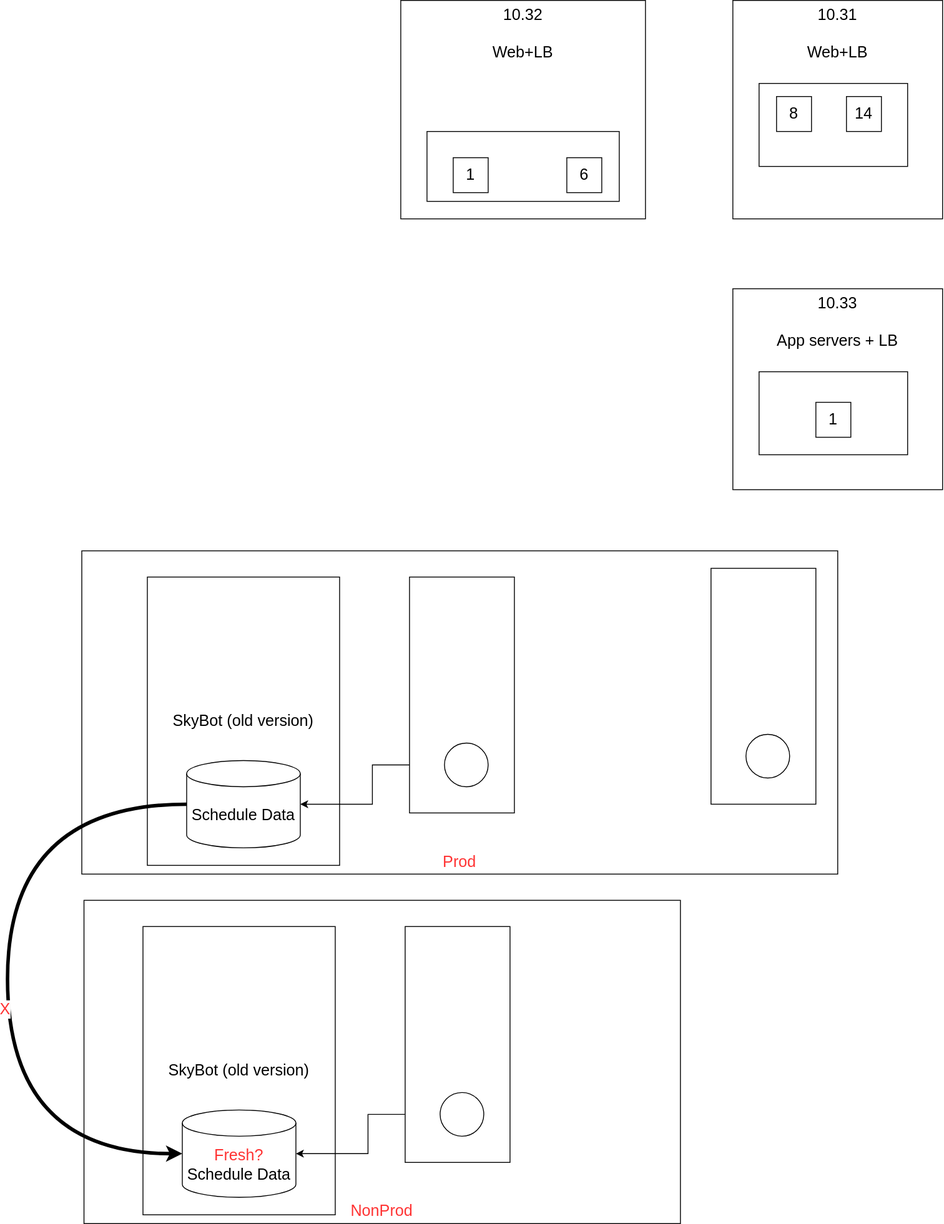
This is currentdevtestinfrastructures_tobecleaned.svg from vjavle/invoicecloud, a draw.io export, as it was before one commit. Source tidied: cells renumbered, new cells last; positions are measured from the earlier drawing's top-left corner, leaving out a move shared by most shapes. Its diagram source:
```xml
<mxGraphModel>
  <root>
    <mxCell id="0" />
    <mxCell id="1" parent="0" />
    <mxCell id="2" value="NonProd" style="rounded=0;whiteSpace=wrap;html=1;fontSize=18;fontColor=#FF3333;verticalAlign=bottom;" parent="1" vertex="1">
      <mxGeometry x="87.5" y="1030" width="682.5" height="370" as="geometry" />
    </mxCell>
    <mxCell id="3" value="SkyBot (old version)" style="rounded=0;whiteSpace=wrap;html=1;fontSize=18;" parent="1" vertex="1">
      <mxGeometry x="155" y="1060" width="220" height="330" as="geometry" />
    </mxCell>
    <mxCell id="4" value="Prod" style="rounded=0;whiteSpace=wrap;html=1;fontSize=18;fontColor=#FF3333;verticalAlign=bottom;" parent="1" vertex="1">
      <mxGeometry x="85" y="630" width="865" height="370" as="geometry" />
    </mxCell>
    <mxCell id="5" value="SkyBot (old version)" style="rounded=0;whiteSpace=wrap;html=1;fontSize=18;" parent="1" vertex="1">
      <mxGeometry x="160" y="660" width="220" height="330" as="geometry" />
    </mxCell>
    <mxCell id="6" value="10.32&lt;br&gt;&lt;br&gt;Web+LB" style="rounded=0;whiteSpace=wrap;html=1;fontSize=18;verticalAlign=top;" parent="1" vertex="1">
      <mxGeometry x="450" width="280" height="250" as="geometry" />
    </mxCell>
    <mxCell id="7" style="rounded=0;whiteSpace=wrap;html=1;fontSize=18;" parent="1" vertex="1">
      <mxGeometry x="480" y="150" width="220" height="80" as="geometry" />
    </mxCell>
    <mxCell id="8" value="10.31&lt;br&gt;&lt;br&gt;Web+LB" style="rounded=0;whiteSpace=wrap;html=1;fontSize=18;verticalAlign=top;" parent="1" vertex="1">
      <mxGeometry x="830" width="240" height="250" as="geometry" />
    </mxCell>
    <mxCell id="9" style="rounded=0;whiteSpace=wrap;html=1;fontSize=18;" parent="1" vertex="1">
      <mxGeometry x="860" y="95" width="170" height="95" as="geometry" />
    </mxCell>
    <mxCell id="10" value="1" style="whiteSpace=wrap;html=1;fontSize=18;" parent="1" vertex="1">
      <mxGeometry x="510" y="180" width="40" height="40" as="geometry" />
    </mxCell>
    <mxCell id="11" value="6" style="whiteSpace=wrap;html=1;fontSize=18;" parent="1" vertex="1">
      <mxGeometry x="640" y="180" width="40" height="40" as="geometry" />
    </mxCell>
    <mxCell id="12" value="8" style="whiteSpace=wrap;html=1;fontSize=18;" parent="1" vertex="1">
      <mxGeometry x="880" y="110" width="40" height="40" as="geometry" />
    </mxCell>
    <mxCell id="13" value="14" style="whiteSpace=wrap;html=1;fontSize=18;" parent="1" vertex="1">
      <mxGeometry x="960" y="110" width="40" height="40" as="geometry" />
    </mxCell>
    <mxCell id="14" value="10.33&lt;br&gt;&lt;br&gt;App servers + LB" style="rounded=0;whiteSpace=wrap;html=1;fontSize=18;verticalAlign=top;" parent="1" vertex="1">
      <mxGeometry x="830" y="330" width="240" height="230" as="geometry" />
    </mxCell>
    <mxCell id="15" style="rounded=0;whiteSpace=wrap;html=1;fontSize=18;" parent="1" vertex="1">
      <mxGeometry x="860" y="425" width="170" height="95" as="geometry" />
    </mxCell>
    <mxCell id="16" value="1" style="whiteSpace=wrap;html=1;fontSize=18;" parent="1" vertex="1">
      <mxGeometry x="925" y="460" width="40" height="40" as="geometry" />
    </mxCell>
    <mxCell id="17" style="edgeStyle=orthogonalEdgeStyle;rounded=0;jettySize=auto;html=1;fontSize=18;exitX=0;exitY=0.5;exitDx=0;exitDy=0;" parent="1" edge="1" source="22" target="21">
      <mxGeometry relative="1" as="geometry" />
    </mxCell>
    <mxCell id="18" style="rounded=0;whiteSpace=wrap;html=1;fontSize=18;" parent="1" vertex="1">
      <mxGeometry x="460" y="660" width="120" height="270" as="geometry" />
    </mxCell>
    <mxCell id="19" style="edgeStyle=orthogonalEdgeStyle;curved=1;rounded=0;jettySize=auto;html=1;entryX=0;entryY=0.5;entryDx=0;entryDy=0;entryPerimeter=0;fontSize=18;strokeWidth=4;" parent="1" edge="1" source="21" target="27">
      <mxGeometry relative="1" as="geometry">
        <Array as="points">
          <mxPoint y="920" />
          <mxPoint y="1320" />
        </Array>
      </mxGeometry>
    </mxCell>
    <mxCell id="20" value="X" style="edgeLabel;html=1;align=center;verticalAlign=middle;fontSize=18;fontColor=#FF3333;" parent="19" vertex="1">
      <mxGeometry x="0.09" y="-3" relative="1" as="geometry" />
    </mxCell>
    <mxCell id="21" value="Schedule Data" style="shape=cylinder3;whiteSpace=wrap;html=1;boundedLbl=1;backgroundOutline=1;size=15;fontSize=18;" parent="1" vertex="1">
      <mxGeometry x="205" y="870" width="130" height="100" as="geometry" />
    </mxCell>
    <mxCell id="22" style="ellipse;whiteSpace=wrap;html=1;fontSize=18;" parent="1" vertex="1">
      <mxGeometry x="500" y="850" width="50" height="50" as="geometry" />
    </mxCell>
    <mxCell id="23" style="rounded=0;whiteSpace=wrap;html=1;fontSize=18;" parent="1" vertex="1">
      <mxGeometry x="805" y="650" width="120" height="270" as="geometry" />
    </mxCell>
    <mxCell id="24" style="ellipse;whiteSpace=wrap;html=1;fontSize=18;" parent="1" vertex="1">
      <mxGeometry x="845" y="840" width="50" height="50" as="geometry" />
    </mxCell>
    <mxCell id="25" style="edgeStyle=orthogonalEdgeStyle;rounded=0;jettySize=auto;html=1;fontSize=18;exitX=0;exitY=0.5;exitDx=0;exitDy=0;" parent="1" edge="1" source="28" target="27">
      <mxGeometry relative="1" as="geometry" />
    </mxCell>
    <mxCell id="26" style="rounded=0;whiteSpace=wrap;html=1;fontSize=18;" parent="1" vertex="1">
      <mxGeometry x="455" y="1060" width="120" height="270" as="geometry" />
    </mxCell>
    <mxCell id="27" value="&lt;font color=&quot;#ff3333&quot;&gt;Fresh?&lt;/font&gt;&lt;br&gt;Schedule Data" style="shape=cylinder3;whiteSpace=wrap;html=1;boundedLbl=1;backgroundOutline=1;size=15;fontSize=18;" parent="1" vertex="1">
      <mxGeometry x="200" y="1270" width="130" height="100" as="geometry" />
    </mxCell>
    <mxCell id="28" style="ellipse;whiteSpace=wrap;html=1;fontSize=18;" parent="1" vertex="1">
      <mxGeometry x="495" y="1250" width="50" height="50" as="geometry" />
    </mxCell>
  </root>
</mxGraphModel>
```
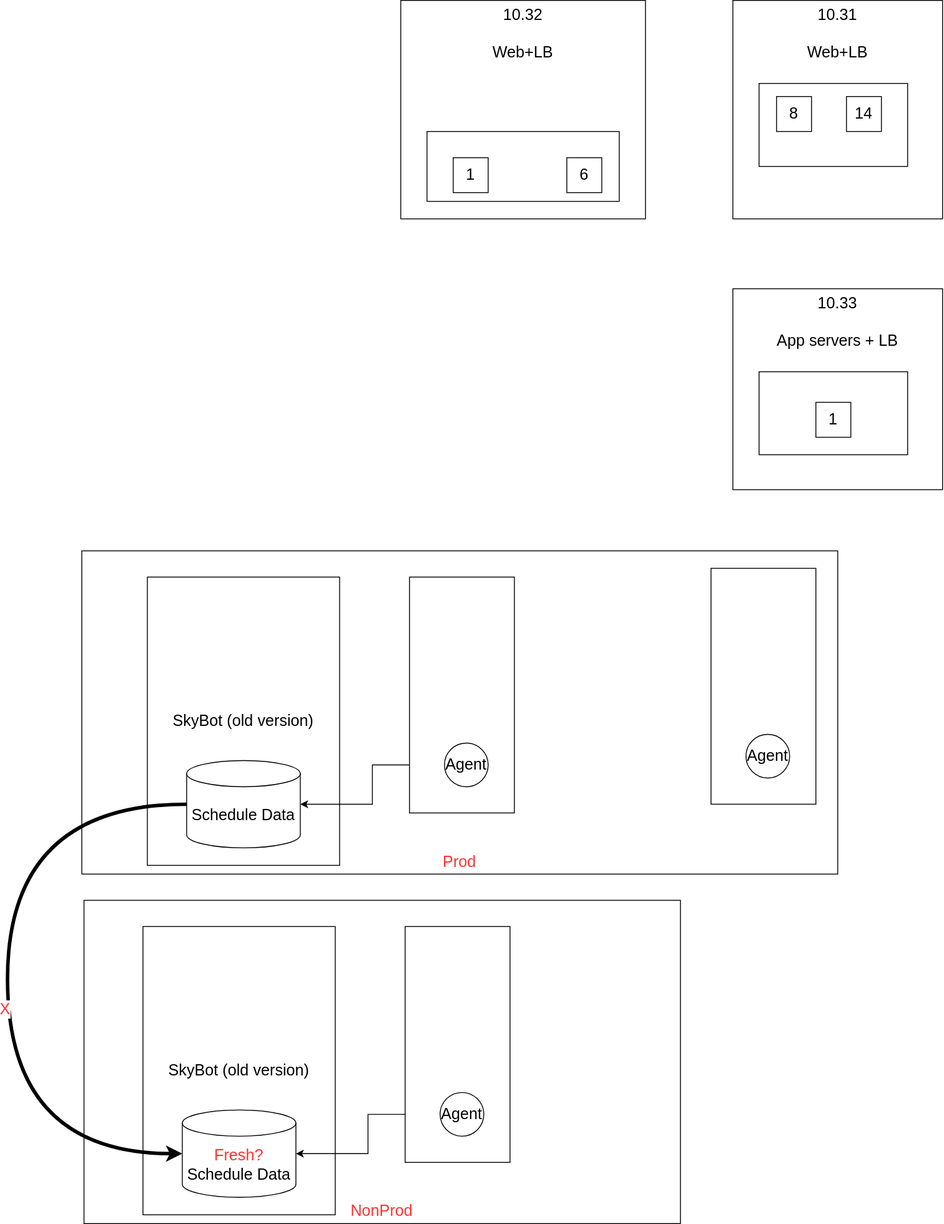
After the change.

Change to the diagram source:
```diff
@@ -67,13 +67,13 @@
     <mxCell id="21" value="Schedule Data" style="shape=cylinder3;whiteSpace=wrap;html=1;boundedLbl=1;backgroundOutline=1;size=15;fontSize=18;" parent="1" vertex="1">
       <mxGeometry x="205" y="870" width="130" height="100" as="geometry" />
     </mxCell>
-    <mxCell id="22" style="ellipse;whiteSpace=wrap;html=1;fontSize=18;" parent="1" vertex="1">
+    <mxCell id="22" value="Agent" style="ellipse;whiteSpace=wrap;html=1;fontSize=18;" parent="1" vertex="1">
       <mxGeometry x="500" y="850" width="50" height="50" as="geometry" />
     </mxCell>
     <mxCell id="23" style="rounded=0;whiteSpace=wrap;html=1;fontSize=18;" parent="1" vertex="1">
       <mxGeometry x="805" y="650" width="120" height="270" as="geometry" />
     </mxCell>
-    <mxCell id="24" style="ellipse;whiteSpace=wrap;html=1;fontSize=18;" parent="1" vertex="1">
+    <mxCell id="24" value="Agent" style="ellipse;whiteSpace=wrap;html=1;fontSize=18;" parent="1" vertex="1">
       <mxGeometry x="845" y="840" width="50" height="50" as="geometry" />
     </mxCell>
     <mxCell id="25" style="edgeStyle=orthogonalEdgeStyle;rounded=0;jettySize=auto;html=1;fontSize=18;exitX=0;exitY=0.5;exitDx=0;exitDy=0;" parent="1" edge="1" source="28" target="27">
@@ -85,7 +85,7 @@
     <mxCell id="27" value="&lt;font color=&quot;#ff3333&quot;&gt;Fresh?&lt;/font&gt;&lt;br&gt;Schedule Data" style="shape=cylinder3;whiteSpace=wrap;html=1;boundedLbl=1;backgroundOutline=1;size=15;fontSize=18;" parent="1" vertex="1">
       <mxGeometry x="200" y="1270" width="130" height="100" as="geometry" />
     </mxCell>
-    <mxCell id="28" style="ellipse;whiteSpace=wrap;html=1;fontSize=18;" parent="1" vertex="1">
+    <mxCell id="28" value="Agent" style="ellipse;whiteSpace=wrap;html=1;fontSize=18;" parent="1" vertex="1">
       <mxGeometry x="495" y="1250" width="50" height="50" as="geometry" />
     </mxCell>
   </root>
```
